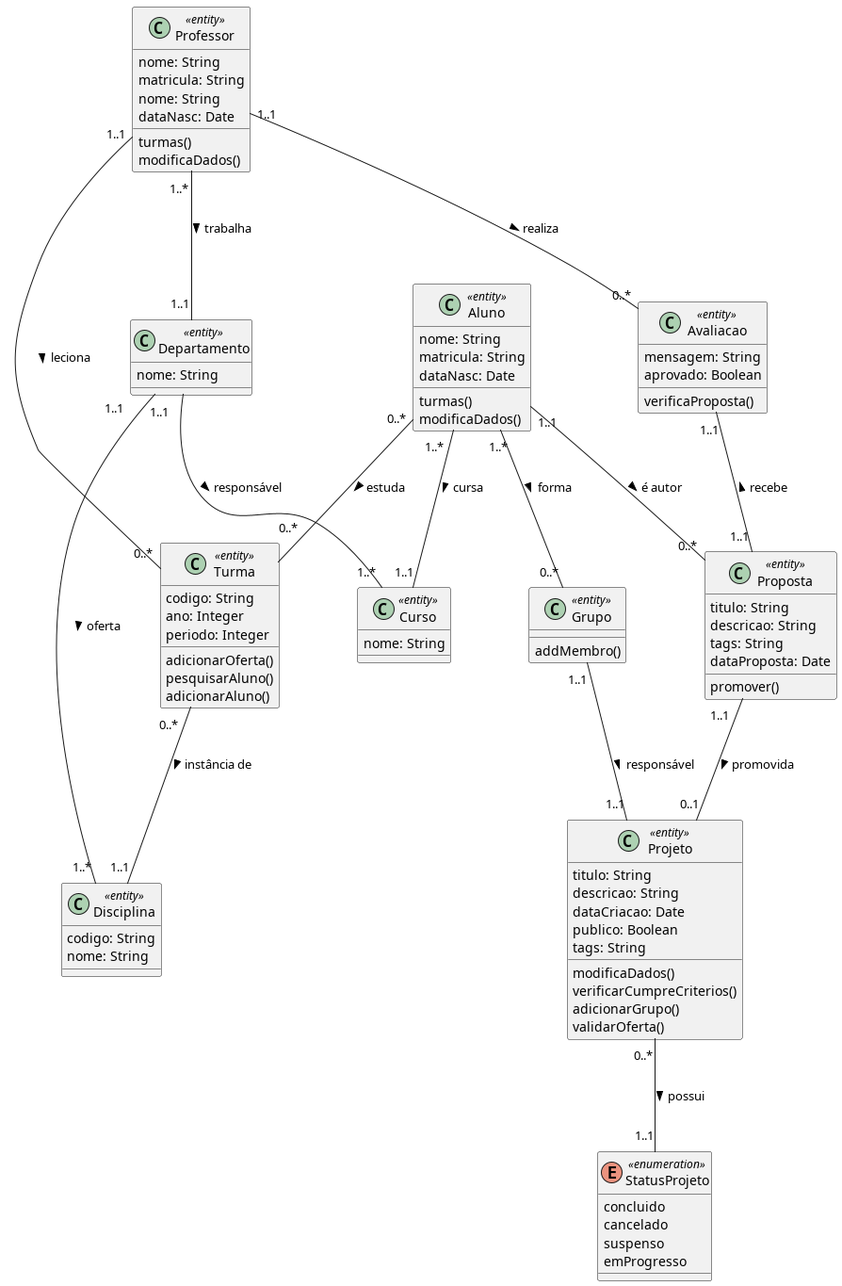
Pedro-V/projetorium keeps this PlantUML diagram as diagramas/classe_projeto/base.png. Above is the earlier version.
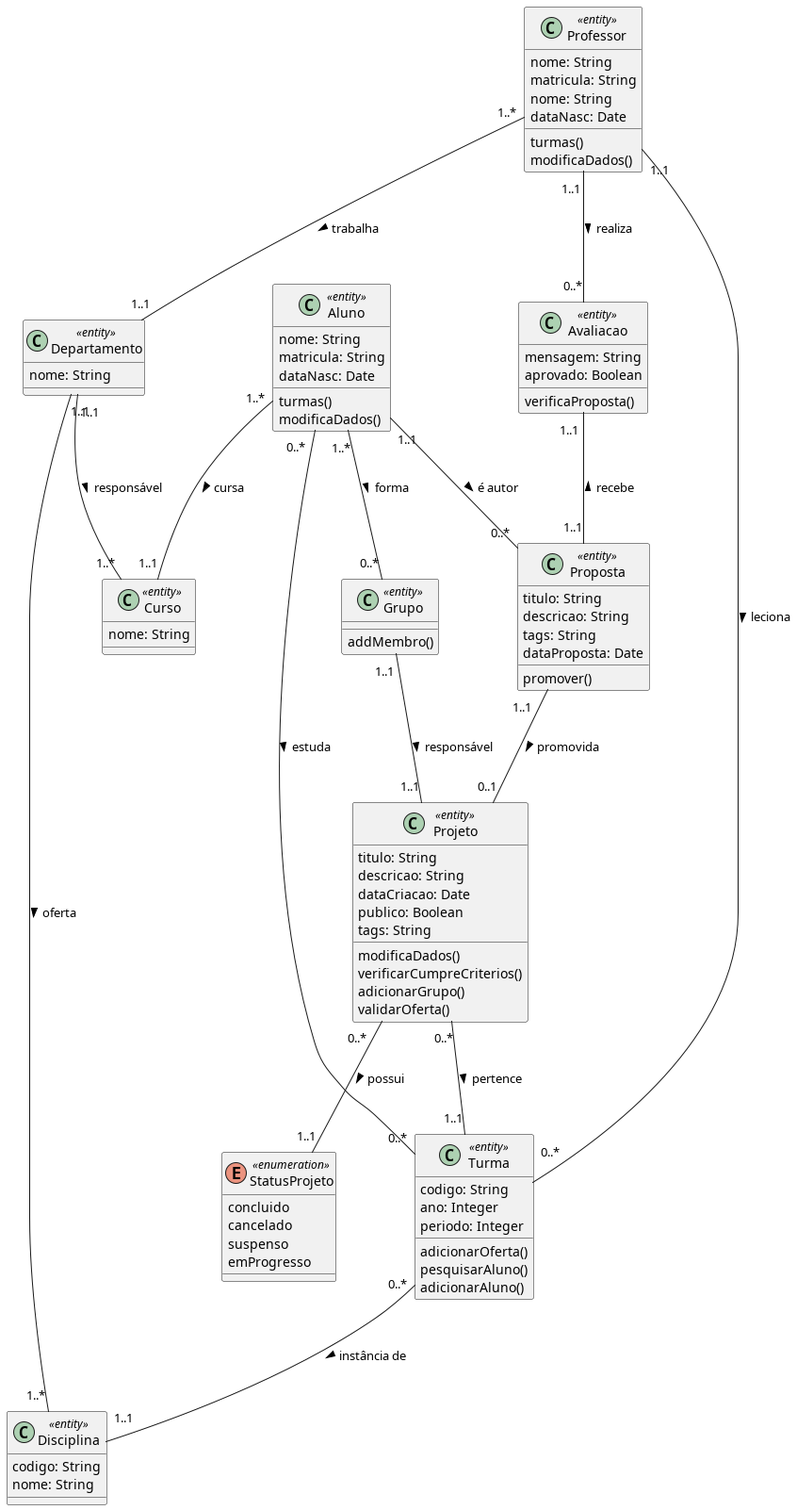
After the change.

What changed in the source:
```diff
@@ -88,6 +88,7 @@
 Avaliacao "1..1" -- "1..1" Proposta : recebe <
 
 Grupo "1..1" -- "1..1" Projeto : responsável >
+Projeto "0..*" -- "1..1" Turma : pertence >
 
 Professor "1..1" -- "0..*" Turma : leciona >
 Professor "1..1" -- "0..*" Avaliacao : realiza >
```
